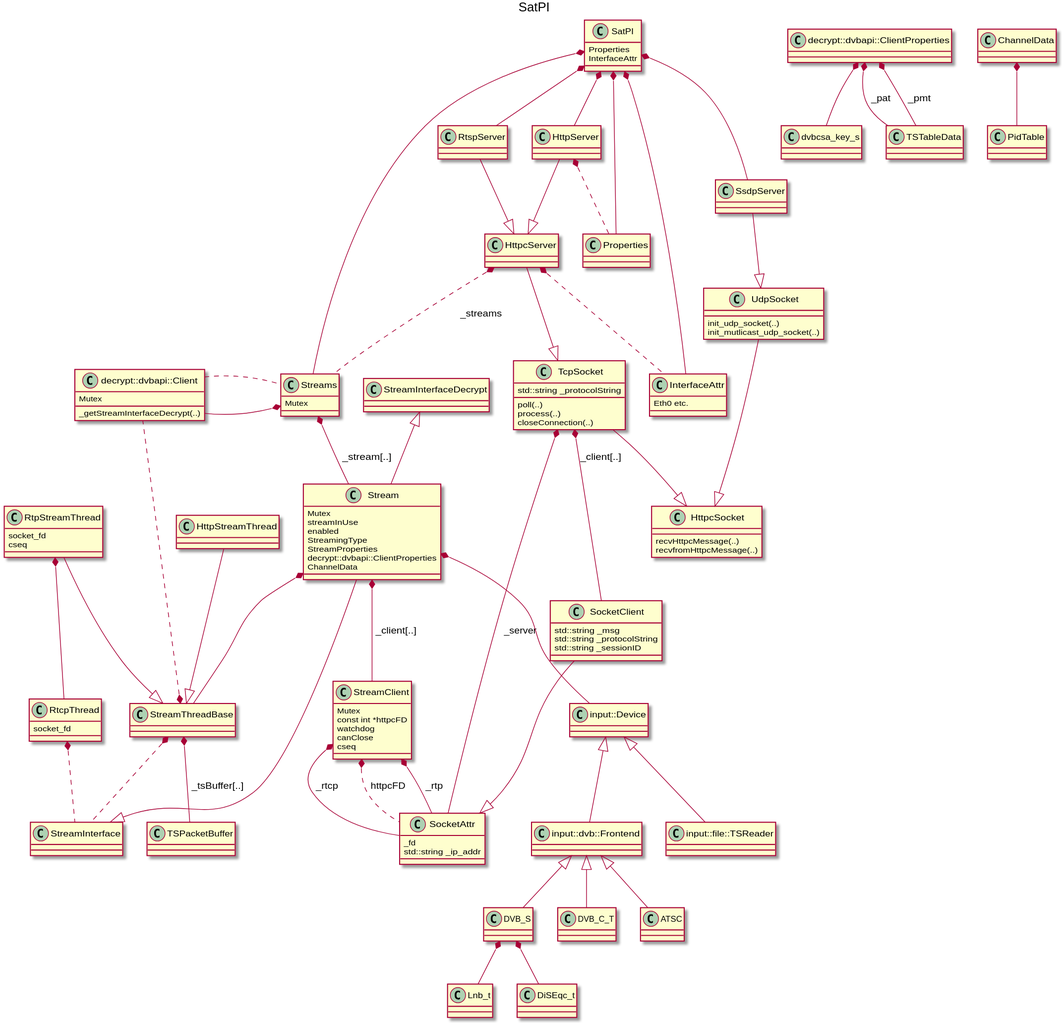
Above: SatPI.svg in Barracuda09/SATPI (PlantUML), before the change. Its source is kept beside it as SatPI.plantuml.
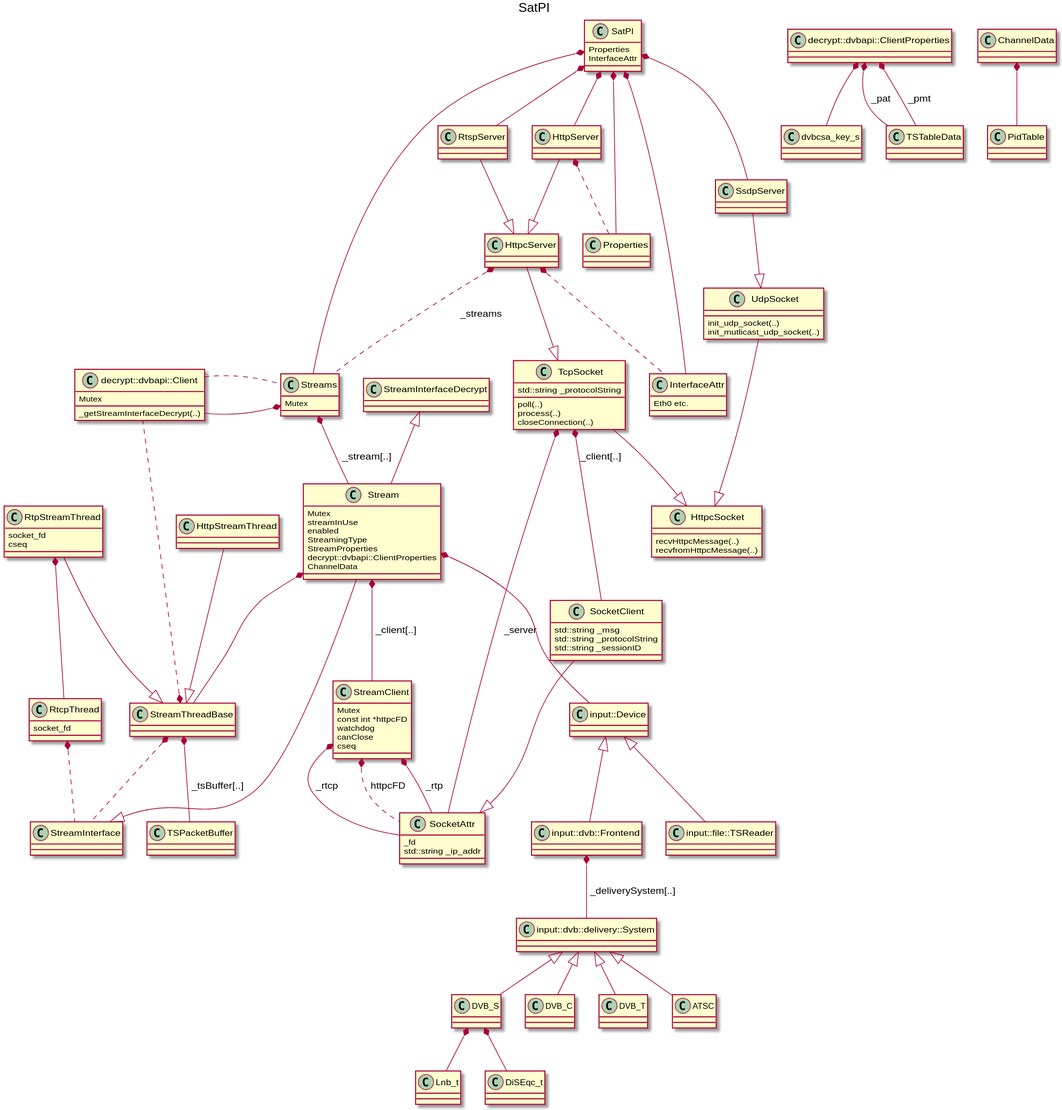
After the change.

Change to the diagram source:
```diff
@@ -133,9 +133,13 @@
 input::Device <|-- input::dvb::Frontend
 input::Device <|-- input::file::TSReader
 
-input::dvb::Frontend <|-- DVB_S
-input::dvb::Frontend <|-- DVB_C_T
-input::dvb::Frontend <|-- ATSC
+input::dvb::Frontend *-- input::dvb::delivery::System : " _deliverySystem[..] "
+
+input::dvb::delivery::System <|-- DVB_S
+input::dvb::delivery::System <|-- DVB_C
+input::dvb::delivery::System <|-- DVB_T
+input::dvb::delivery::System <|-- ATSC
+
 
 DVB_S *-- Lnb_t
 DVB_S *-- DiSEqc_t
```
